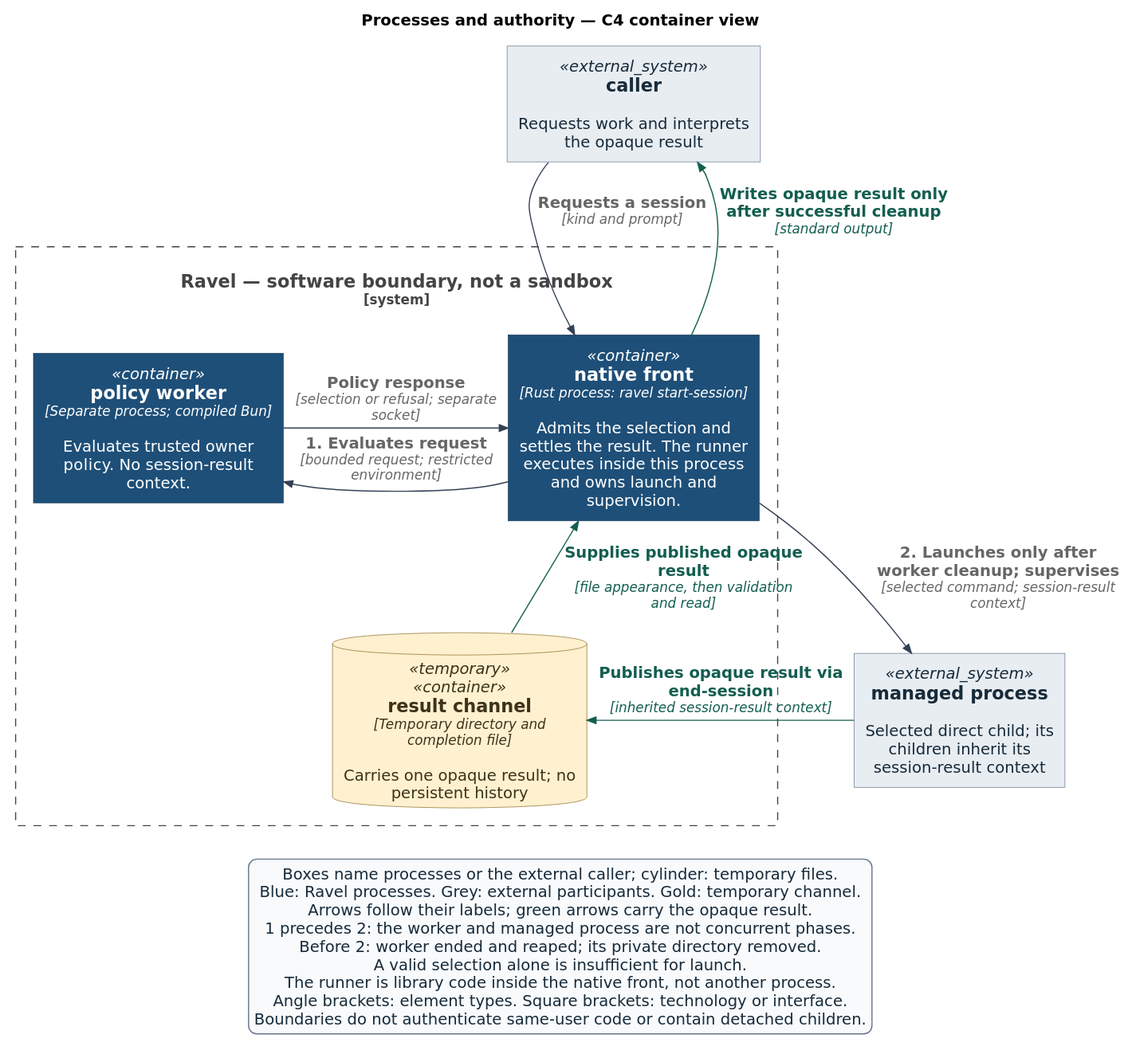
Earlier version of the PlantUML export docs/book/src/figures/process-authority.svg (Linkuistics/Ravel). Its source is kept beside it as docs/book/src/figures/process-authority.puml.
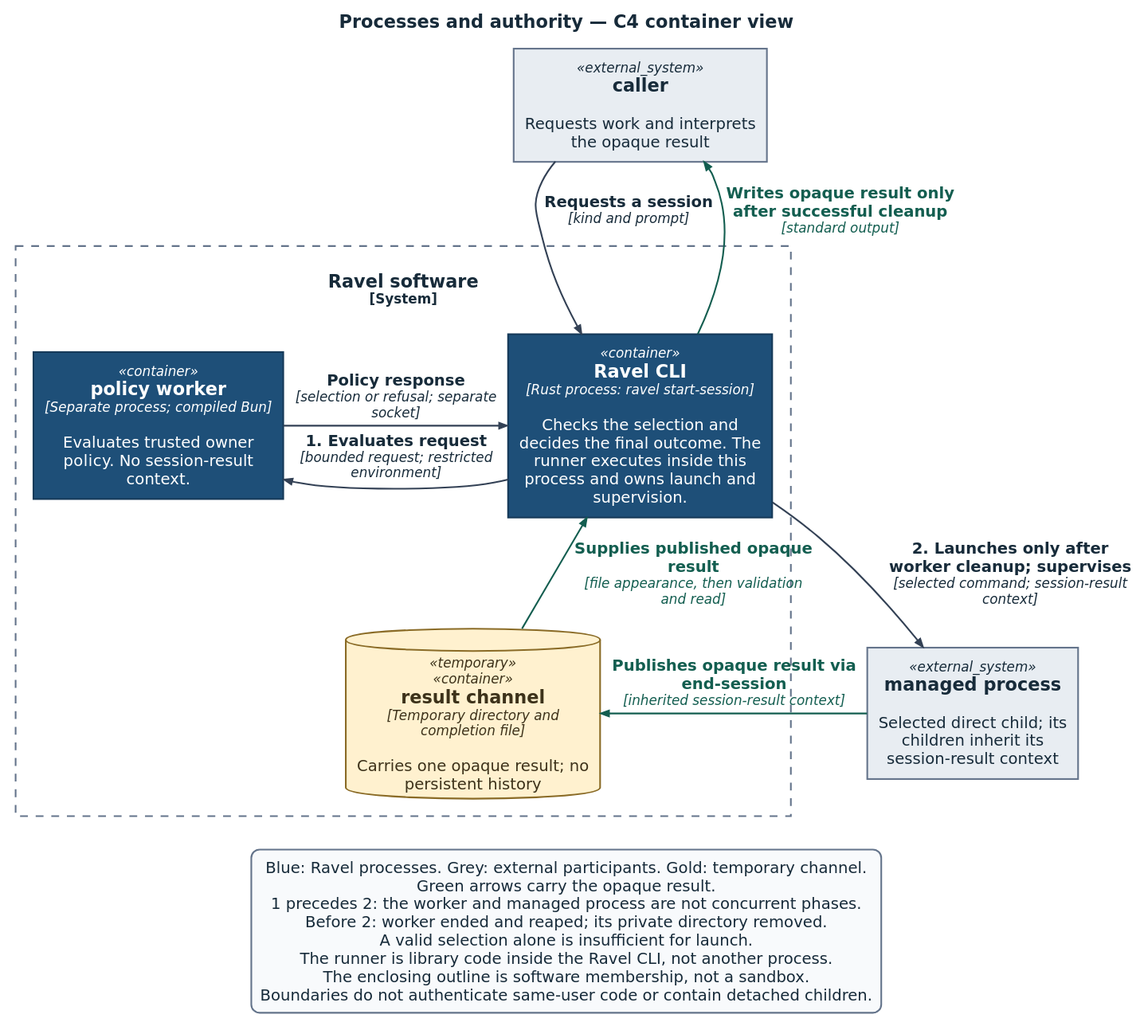
Later version of the same file.

What changed in the source:
```diff
@@ -4,9 +4,9 @@
 !include _style.puml
 title Processes and authority — C4 container view
 System_Ext(caller, "caller", "Requests work and interprets the opaque result")
-System_Boundary(ravel, "Ravel — software boundary, not a sandbox") {
+System_Boundary(ravel, "Ravel software") {
   Container(worker, "policy worker", "Separate process; compiled Bun", "Evaluates trusted owner policy. No session-result context.")
-  Container(front, "native front", "Rust process: ravel start-session", "Admits the selection and settles the result. The runner executes inside this process and owns launch and supervision.")
+  Container(front, "Ravel CLI", "Rust process: ravel start-session", "Checks the selection and decides the final outcome. The runner executes inside this process and owns launch and supervision.")
   ContainerDb(channel, "result channel", "Temporary directory and completion file", "Carries one opaque result; no persistent history", $tags="temporary")
 }
 System_Ext(managed, "managed process", "Selected direct child; its children inherit its session-result context")
@@ -18,14 +18,13 @@
 Rel_L(managed, channel, "Publishes opaque result via end-session", "inherited session-result context", $tags="result")
 Rel_U(channel, front, "Supplies published opaque result", "file appearance, then validation and read", $tags="result")
 legend bottom
-  Boxes name processes or the external caller; cylinder: temporary files.
   Blue: Ravel processes. Grey: external participants. Gold: temporary channel.
-  Arrows follow their labels; green arrows carry the opaque result.
+  Green arrows carry the opaque result.
   1 precedes 2: the worker and managed process are not concurrent phases.
   Before 2: worker ended and reaped; its private directory removed.
   A valid selection alone is insufficient for launch.
-  The runner is library code inside the native front, not another process.
-  Angle brackets: element types. Square brackets: technology or interface.
+  The runner is library code inside the Ravel CLI, not another process.
+  The enclosing outline is software membership, not a sandbox.
   Boundaries do not authenticate same-user code or contain detached children.
 endlegend
 @enduml
```
